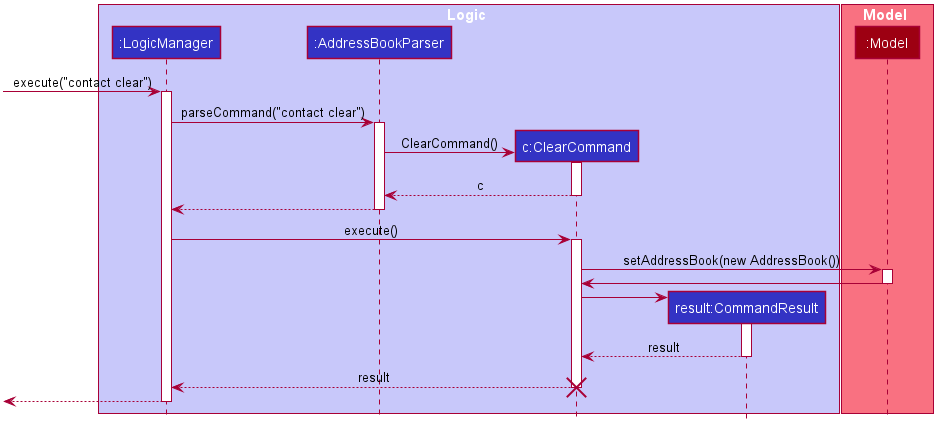
Earlier version of the PlantUML export docs/images/ClearSequenceDiagram.png (nus-cs2103-AY2021S1/tp). Source of this version:
```plantuml
@startuml








skinparam BackgroundColor #FFFFFFF

skinparam Shadowing false

skinparam Class {
    FontColor #FFFFFF
    BorderThickness 1
    BorderColor #FFFFFF
    StereotypeFontColor #FFFFFF
    FontName Arial
}

skinparam Actor {
    BorderColor #000000
    Color #000000
    FontName Arial
}

skinparam Sequence {
    MessageAlign center
    BoxFontSize 15
    BoxPadding 0
    BoxFontColor #FFFFFF
    FontName Arial
}

skinparam Participant {
    FontColor #FFFFFFF
    Padding 20
}

skinparam MinClassWidth 50
skinparam ParticipantPadding 10
skinparam Shadowing false
skinparam DefaultTextAlignment center
skinparam packageStyle Rectangle

hide footbox
hide members
hide circle

box Logic #C8C8FA
participant ":LogicManager" as LogicManager #3333C4
participant ":AddressBookParser" as AddressBookParser #3333C4
participant "c:ClearCommand" as ClearCommand #3333C4
participant "result:CommandResult" as CommandResult #3333C4
end box

box Model #F97181
participant ":Model" as Model #9D0012
end box

[-> LogicManager : execute("contact clear")
activate LogicManager

LogicManager -> AddressBookParser : parseCommand("contact clear")
activate AddressBookParser

create ClearCommand
AddressBookParser -> ClearCommand : ClearCommand()
activate ClearCommand

ClearCommand --> AddressBookParser : c
deactivate ClearCommand

AddressBookParser --> LogicManager
deactivate AddressBookParser

LogicManager -> ClearCommand : execute()
activate ClearCommand

ClearCommand -> Model : setAddressBook(new AddressBook())
activate Model

Model -> ClearCommand
deactivate Model

create CommandResult
ClearCommand -> CommandResult
activate CommandResult

CommandResult --> ClearCommand : result
deactivate CommandResult

ClearCommand --> LogicManager : result
destroy ClearCommand

[<--LogicManager
deactivate LogicManager
@enduml
```
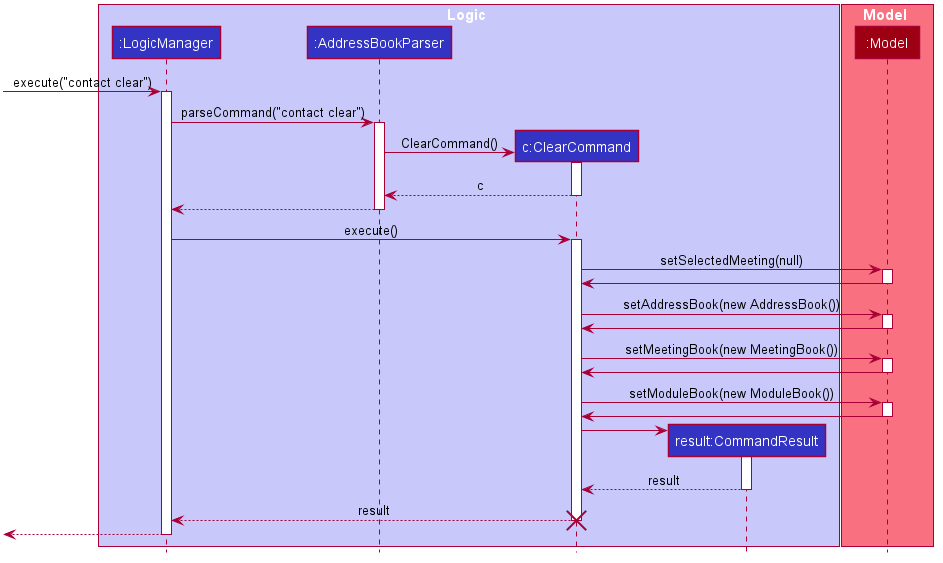
After the commit.

Commit message:
Update documentation and clear selected meeting when execute ClearCommand

The edit, as a diff of the source:
```diff
@@ -78,7 +78,25 @@
 LogicManager -> ClearCommand : execute()
 activate ClearCommand
 
+ClearCommand -> Model : setSelectedMeeting(null)
+activate Model
+
+Model -> ClearCommand
+deactivate Model
+
 ClearCommand -> Model : setAddressBook(new AddressBook())
+activate Model
+
+Model -> ClearCommand
+deactivate Model
+
+ClearCommand -> Model : setMeetingBook(new MeetingBook())
+activate Model
+
+Model -> ClearCommand
+deactivate Model
+
+ClearCommand -> Model : setModuleBook(new ModuleBook())
 activate Model
 
 Model -> ClearCommand
```
